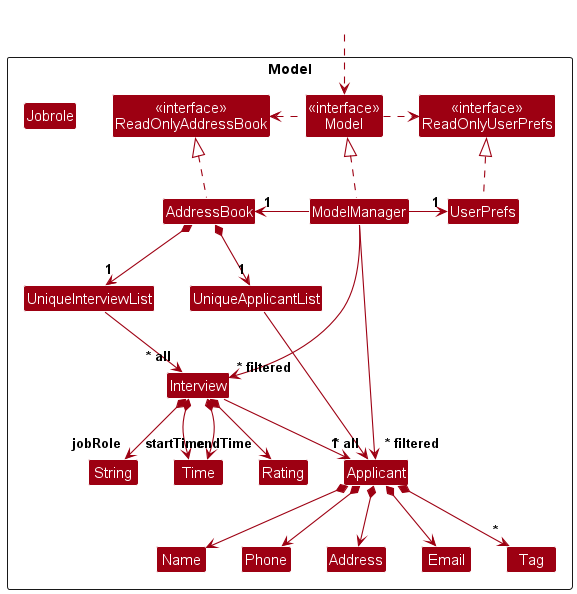
Before: docs/images/ModelClassDiagram.png, a diagram exported from PlantUML (nus-cs2103-AY2324S1/tp).
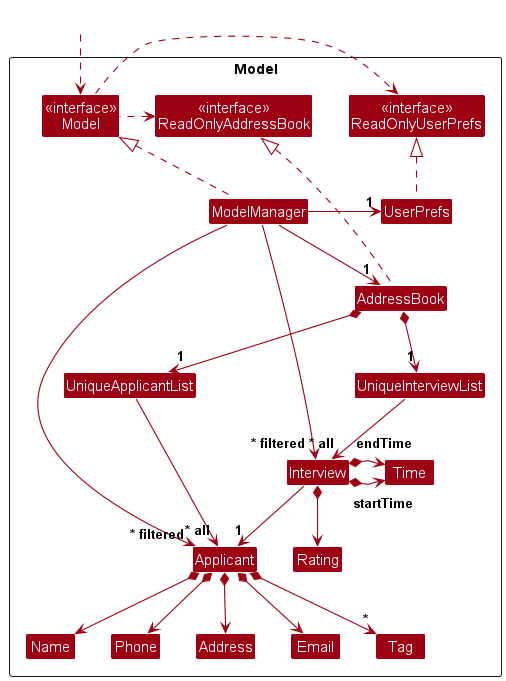
After the commit.

Commit message:
Update Model Class Diagram

Diff of the diagram source:
```diff
@@ -21,9 +21,7 @@
 Class Name
 Class Phone
 Class Tag
-Class Jobrole
 Class Rating
-Class String
 Class Time
 
 Class I #FFFFFF
@@ -37,7 +35,7 @@
 ModelManager .up.|> Model
 Model .right.> ReadOnlyUserPrefs
 Model .left.> ReadOnlyAddressBook
-ModelManager -left-> "1" AddressBook
+ModelManager -down-> "1" AddressBook
 ModelManager -right-> "1" UserPrefs
 UserPrefs .up.|> ReadOnlyUserPrefs
 
@@ -51,10 +49,9 @@
 Applicant *--> Address
 Applicant *--> "*" Tag
 Interview --> "1" Applicant
-Interview *--> "jobRole" String
+Interview *-right-> "startTime" Time
+Interview *-right-> "endTime" Time
 Interview *--> Rating
-Interview *--> "startTime" Time
-Interview *--> "endTime" Time
 
 Applicant -[hidden]up--> I
 UniqueApplicantList -[hidden]right-> I
```
